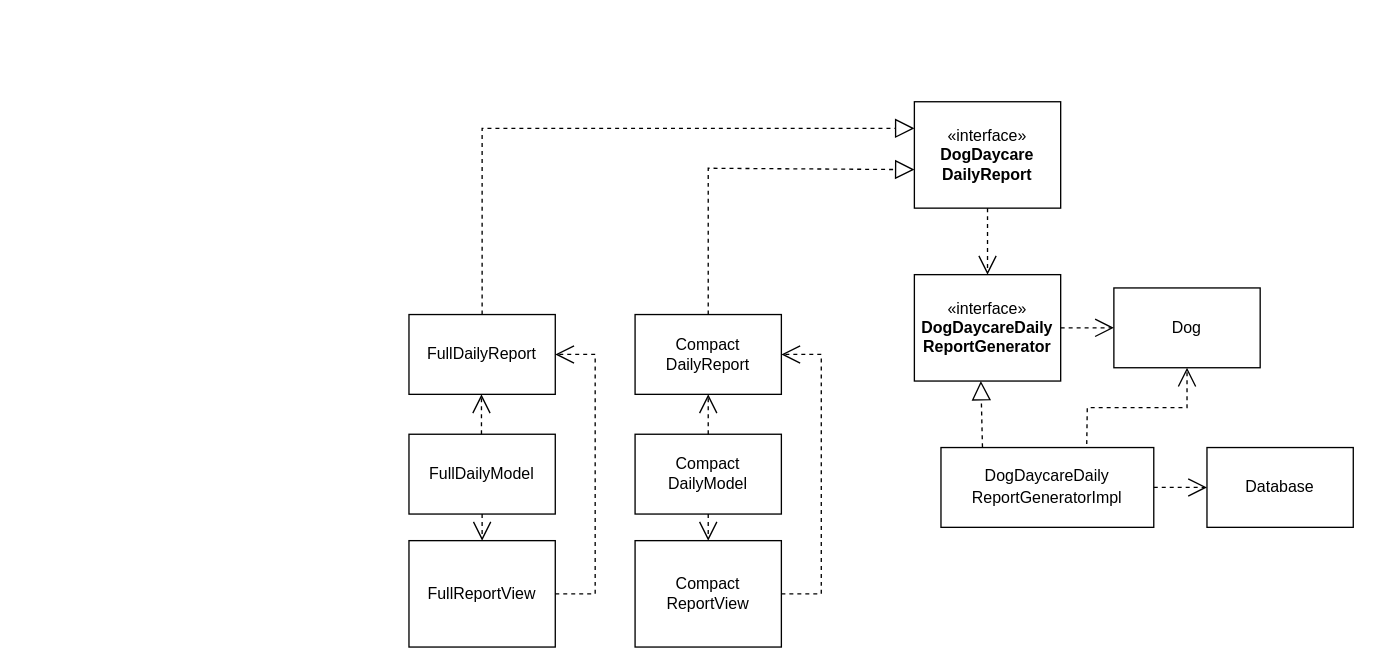
Above: page "OCP" (3 of 9) of docs/SOLID_principles_examples.drawio in ievakrumina/solid-playground (draw.io), before the change. Source tidied: cells renumbered, new cells numbered last; positions are measured from the earlier drawing's top-left corner, leaving out a move shared by most shapes. Both pictures are drawn from the tidied source at 133%, with x=0, y=0 at pixel (408, 101).
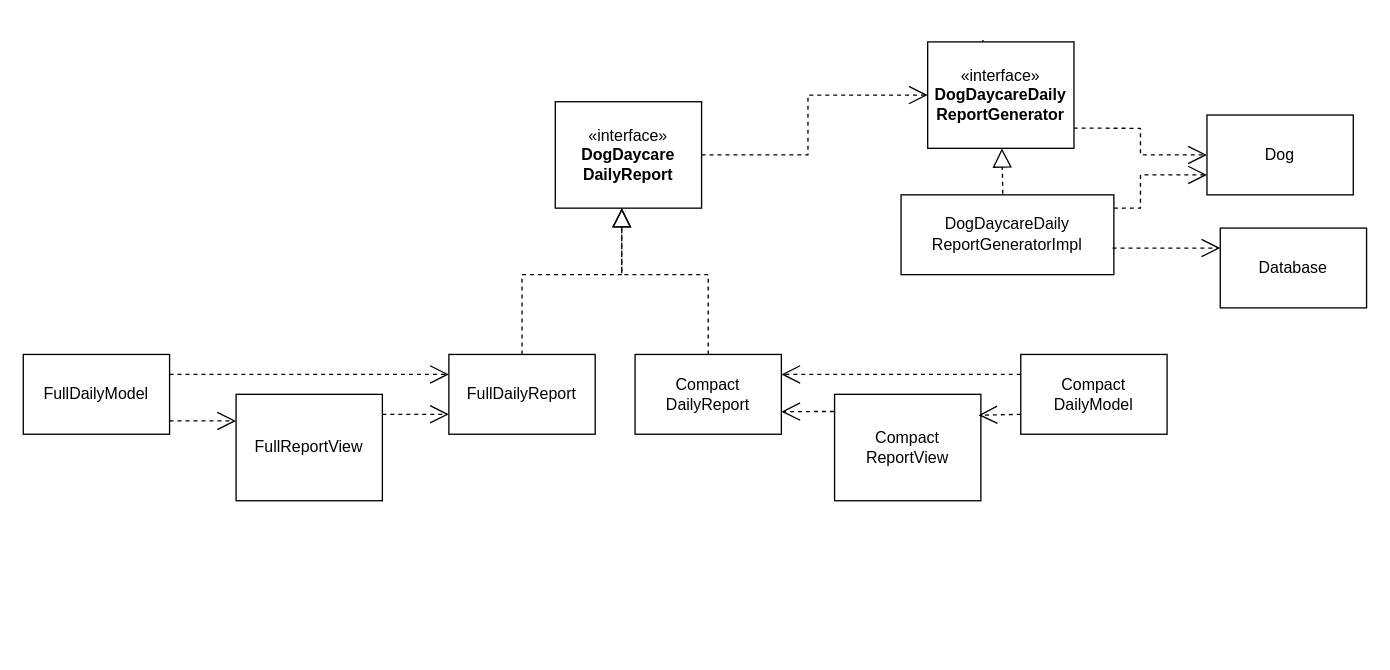
The same diagram, later.

What changed in the source:
```diff
@@
     <mxCell id="2" value="Dog" style="html=1;whiteSpace=wrap;" parent="1" vertex="1">
-      <mxGeometry x="530" y="140" width="110" height="60" as="geometry" />
+      <mxGeometry x="600" y="10" width="110" height="60" as="geometry" />
     </mxCell>
-    <mxCell id="3" value="«interface»&lt;br&gt;&lt;b&gt;DogDaycareDaily&lt;/b&gt;&lt;div&gt;&lt;b&gt;ReportGenerator&lt;/b&gt;&lt;br&gt;&lt;/div&gt;" style="html=1;whiteSpace=wrap;" parent="1" vertex="1">
-      <mxGeometry x="380" y="130" width="110" height="80" as="geometry" />
-    </mxCell>
     <mxCell id="4" value="FullDailyReport" style="html=1;whiteSpace=wrap;" parent="1" vertex="1">
-      <mxGeometry y="160" width="110" height="60" as="geometry" />
+      <mxGeometry x="30" y="190" width="110" height="60" as="geometry" />
     </mxCell>
     <mxCell id="5" value="FullDailyModel" style="html=1;whiteSpace=wrap;" parent="1" vertex="1">
-      <mxGeometry y="250" width="110" height="60" as="geometry" />
+      <mxGeometry x="-290" y="190" width="110" height="60" as="geometry" />
     </mxCell>
     <mxCell id="6" value="&lt;div&gt;FullReportView&lt;/div&gt;" style="html=1;whiteSpace=wrap;" parent="1" vertex="1">
-      <mxGeometry y="330" width="110" height="80" as="geometry" />
+      <mxGeometry x="-130" y="220" width="110" height="80" as="geometry" />
     </mxCell>
     <mxCell id="7" value="«interface»&lt;br&gt;&lt;b&gt;DogDaycare&lt;/b&gt;&lt;div&gt;&lt;b&gt;DailyReport&lt;/b&gt;&lt;/div&gt;" style="html=1;whiteSpace=wrap;" parent="1" vertex="1">
-      <mxGeometry x="380" width="110" height="80" as="geometry" />
+      <mxGeometry x="110" width="110" height="80" as="geometry" />
     </mxCell>
     <mxCell id="8" value="Database" style="html=1;whiteSpace=wrap;" parent="1" vertex="1">
-      <mxGeometry x="600" y="260" width="110" height="60" as="geometry" />
+      <mxGeometry x="610" y="95" width="110" height="60" as="geometry" />
     </mxCell>
     <mxCell id="9" value="&lt;pre class=&quot;graf graf--pre&quot;&gt;&lt;p style=&quot;&quot;&gt;&lt;font face=&quot;Helvetica&quot;&gt;DogDaycareDaily&lt;br&gt;&lt;/font&gt;&lt;font face=&quot;Helvetica&quot;&gt;ReportGeneratorImpl&lt;/font&gt;&lt;/p&gt;&lt;/pre&gt;" style="html=1;whiteSpace=wrap;align=center;" parent="1" vertex="1">
-      <mxGeometry x="400" y="260" width="160" height="60" as="geometry" />
+      <mxGeometry x="370" y="70" width="160" height="60" as="geometry" />
     </mxCell>
     <mxCell id="10" value="Compact&lt;br&gt;DailyReport" style="html=1;whiteSpace=wrap;" parent="1" vertex="1">
-      <mxGeometry x="170" y="160" width="110" height="60" as="geometry" />
+      <mxGeometry x="170" y="190" width="110" height="60" as="geometry" />
     </mxCell>
     <mxCell id="11" value="Compact&lt;br&gt;DailyModel" style="html=1;whiteSpace=wrap;" parent="1" vertex="1">
-      <mxGeometry x="170" y="250" width="110" height="60" as="geometry" />
+      <mxGeometry x="460" y="190" width="110" height="60" as="geometry" />
     </mxCell>
     <mxCell id="12" value="&lt;div&gt;Compact&lt;br&gt;ReportView&lt;/div&gt;" style="html=1;whiteSpace=wrap;" parent="1" vertex="1">
-      <mxGeometry x="170" y="330" width="110" height="80" as="geometry" />
+      <mxGeometry x="320" y="220" width="110" height="80" as="geometry" />
     </mxCell>
-    <mxCell id="13" style="endArrow=block;dashed=1;endFill=0;endSize=12;html=1;rounded=0;exitX=0.5;exitY=0;exitDx=0;exitDy=0;entryX=0;entryY=0.25;entryDx=0;entryDy=0;" parent="1" edge="1" source="4" target="7">
+    <mxCell id="13" style="endArrow=block;dashed=1;endFill=0;endSize=12;html=1;rounded=0;exitX=0.5;exitY=0;exitDx=0;exitDy=0;" parent="1" edge="1" source="4">
       <mxGeometry relative="1" as="geometry">
+        <mxPoint x="160" y="80" as="targetPoint" />
         <Array as="points">
-          <mxPoint x="55" y="20" />
-          <mxPoint x="150" y="20" />
+          <mxPoint x="85" y="130" />
+          <mxPoint x="110" y="130" />
+          <mxPoint x="160" y="130" />
         </Array>
       </mxGeometry>
     </mxCell>
-    <mxCell id="14" style="endArrow=block;dashed=1;endFill=0;endSize=12;html=1;rounded=0;exitX=0.5;exitY=0;exitDx=0;exitDy=0;entryX=0;entryY=0.638;entryDx=0;entryDy=0;entryPerimeter=0;" parent="1" edge="1" source="10" target="7">
+    <mxCell id="14" style="endArrow=block;dashed=1;endFill=0;endSize=12;html=1;rounded=0;exitX=0.5;exitY=0;exitDx=0;exitDy=0;" parent="1" edge="1" source="10">
       <mxGeometry relative="1" as="geometry">
+        <mxPoint x="160" y="80" as="targetPoint" />
         <Array as="points">
-          <mxPoint x="225" y="90" />
-          <mxPoint x="225" y="50" />
+          <mxPoint x="225" y="130" />
+          <mxPoint x="160" y="130" />
         </Array>
       </mxGeometry>
     </mxCell>
-    <mxCell id="15" style="endArrow=open;endSize=12;dashed=1;html=1;rounded=0;exitX=1;exitY=0.5;exitDx=0;exitDy=0;entryX=1;entryY=0.5;entryDx=0;entryDy=0;" parent="1" edge="1" source="6" target="4">
+    <mxCell id="15" style="endArrow=open;endSize=12;dashed=1;html=1;rounded=0;entryX=0;entryY=0.75;entryDx=0;entryDy=0;exitX=1;exitY=0.188;exitDx=0;exitDy=0;exitPerimeter=0;" parent="1" edge="1" source="6" target="4">
       <mxGeometry relative="1" as="geometry">
         <Array as="points">
-          <mxPoint x="140" y="370" />
-          <mxPoint x="140" y="190" />
+          <mxPoint y="235" />
         </Array>
       </mxGeometry>
     </mxCell>
-    <mxCell id="16" style="endArrow=open;endSize=12;dashed=1;html=1;rounded=0;exitX=1;exitY=0.5;exitDx=0;exitDy=0;entryX=1;entryY=0.5;entryDx=0;entryDy=0;" parent="1" edge="1" source="12" target="10">
+    <mxCell id="16" style="endArrow=open;endSize=12;dashed=1;html=1;rounded=0;exitX=-0.005;exitY=0.161;exitDx=0;exitDy=0;exitPerimeter=0;" parent="1" edge="1" source="12">
       <mxGeometry relative="1" as="geometry">
-        <Array as="points">
-          <mxPoint x="310" y="370" />
-          <mxPoint x="310" y="190" />
-        </Array>
+        <mxPoint x="280" y="233" as="targetPoint" />
       </mxGeometry>
     </mxCell>
-    <mxCell id="17" style="endArrow=open;endSize=12;dashed=1;html=1;rounded=0;exitX=0.5;exitY=0;exitDx=0;exitDy=0;entryX=0.5;entryY=1;entryDx=0;entryDy=0;" parent="1" edge="1" source="11" target="10">
+    <mxCell id="17" style="endArrow=open;endSize=12;dashed=1;html=1;rounded=0;exitX=0;exitY=0.25;exitDx=0;exitDy=0;entryX=1;entryY=0.25;entryDx=0;entryDy=0;" parent="1" edge="1" source="11" target="10">
       <mxGeometry relative="1" as="geometry" />
     </mxCell>
-    <mxCell id="18" style="endArrow=open;endSize=12;dashed=1;html=1;rounded=0;exitX=0.5;exitY=1;exitDx=0;exitDy=0;entryX=0.5;entryY=0;entryDx=0;entryDy=0;" parent="1" edge="1" source="11" target="12">
+    <mxCell id="18" style="endArrow=open;endSize=12;dashed=1;html=1;rounded=0;exitX=0;exitY=0.75;exitDx=0;exitDy=0;entryX=0.984;entryY=0.196;entryDx=0;entryDy=0;entryPerimeter=0;" parent="1" edge="1" source="11" target="12">
       <mxGeometry relative="1" as="geometry" />
     </mxCell>
-    <mxCell id="19" style="endArrow=open;endSize=12;dashed=1;html=1;rounded=0;exitX=0.5;exitY=0;exitDx=0;exitDy=0;entryX=0.5;entryY=1;entryDx=0;entryDy=0;" parent="1" edge="1">
+    <mxCell id="19" style="endArrow=open;endSize=12;dashed=1;html=1;rounded=0;exitX=1;exitY=0.25;exitDx=0;exitDy=0;entryX=0;entryY=0.25;entryDx=0;entryDy=0;" parent="1" edge="1" source="5" target="4">
       <mxGeometry relative="1" as="geometry">
-        <mxPoint x="54.5" y="250" as="sourcePoint" />
-        <mxPoint x="54.5" y="220" as="targetPoint" />
+        <Array as="points">
+          <mxPoint x="-90" y="205" />
+        </Array>
       </mxGeometry>
     </mxCell>
-    <mxCell id="20" style="endArrow=open;endSize=12;dashed=1;html=1;rounded=0;exitX=0.5;exitY=1;exitDx=0;exitDy=0;entryX=0.5;entryY=0;entryDx=0;entryDy=0;" parent="1" edge="1" source="5" target="6">
-      <mxGeometry relative="1" as="geometry" />
-    </mxCell>
-    <mxCell id="21" style="endArrow=open;endSize=12;dashed=1;html=1;rounded=0;exitX=0.5;exitY=1;exitDx=0;exitDy=0;entryX=0.5;entryY=0;entryDx=0;entryDy=0;" parent="1" edge="1" source="7" target="3">
-      <mxGeometry relative="1" as="geometry" />
+    <mxCell id="21" style="endArrow=open;endSize=12;dashed=1;html=1;rounded=0;exitX=1;exitY=0.5;exitDx=0;exitDy=0;entryX=0;entryY=0.5;entryDx=0;entryDy=0;" parent="1" edge="1" source="7" target="3">
+      <mxGeometry relative="1" as="geometry">
+        <Array as="points">
+          <mxPoint x="300" y="40" />
+          <mxPoint x="300" y="-5" />
+        </Array>
+      </mxGeometry>
     </mxCell>
-    <mxCell id="22" style="endArrow=open;endSize=12;dashed=1;html=1;rounded=0;exitX=1;exitY=0.5;exitDx=0;exitDy=0;entryX=0;entryY=0.5;entryDx=0;entryDy=0;" parent="1" edge="1" source="3" target="2">
-      <mxGeometry relative="1" as="geometry" />
+    <mxCell id="22" style="endArrow=open;endSize=12;dashed=1;html=1;rounded=0;exitX=0.998;exitY=0.81;exitDx=0;exitDy=0;entryX=0;entryY=0.5;entryDx=0;entryDy=0;exitPerimeter=0;" parent="1" edge="1" source="3" target="2">
+      <mxGeometry relative="1" as="geometry">
+        <Array as="points">
+          <mxPoint x="550" y="20" />
+          <mxPoint x="550" y="40" />
+        </Array>
+      </mxGeometry>
     </mxCell>
-    <mxCell id="23" style="endArrow=open;endSize=12;dashed=1;html=1;rounded=0;exitX=0.685;exitY=-0.043;exitDx=0;exitDy=0;entryX=0.5;entryY=1;entryDx=0;entryDy=0;exitPerimeter=0;" parent="1" edge="1" source="9" target="2">
+    <mxCell id="23" style="endArrow=open;endSize=12;dashed=1;html=1;rounded=0;entryX=0;entryY=0.75;entryDx=0;entryDy=0;" parent="1" edge="1" target="2">
       <mxGeometry relative="1" as="geometry">
+        <mxPoint x="530" y="80" as="sourcePoint" />
         <Array as="points">
-          <mxPoint x="510" y="230" />
-          <mxPoint x="585" y="230" />
+          <mxPoint x="550" y="80" />
+          <mxPoint x="550" y="55" />
         </Array>
       </mxGeometry>
     </mxCell>
-    <mxCell id="24" style="endArrow=block;dashed=1;endFill=0;endSize=12;html=1;rounded=0;exitX=0.195;exitY=-0.003;exitDx=0;exitDy=0;exitPerimeter=0;" parent="1" edge="1" source="9">
+    <mxCell id="24" style="endArrow=block;dashed=1;endFill=0;endSize=12;html=1;rounded=0;exitX=0.378;exitY=-0.017;exitDx=0;exitDy=0;exitPerimeter=0;" parent="1" edge="1" source="3">
       <mxGeometry relative="1" as="geometry">
-        <mxPoint x="430" y="210" as="targetPoint" />
+        <mxPoint x="430" y="6" as="targetPoint" />
       </mxGeometry>
     </mxCell>
-    <mxCell id="25" style="endArrow=open;endSize=12;dashed=1;html=1;rounded=0;exitX=1;exitY=0.5;exitDx=0;exitDy=0;entryX=0;entryY=0.5;entryDx=0;entryDy=0;" parent="1" edge="1" source="9" target="8">
-      <mxGeometry relative="1" as="geometry" />
+    <mxCell id="25" style="endArrow=open;endSize=12;dashed=1;html=1;rounded=0;entryX=0;entryY=0.25;entryDx=0;entryDy=0;" parent="1" edge="1" target="8">
+      <mxGeometry relative="1" as="geometry">
+        <mxPoint x="529" y="110" as="sourcePoint" />
+        <Array as="points">
+          <mxPoint x="560" y="110" />
+        </Array>
+      </mxGeometry>
     </mxCell>
+    <mxCell id="20" style="endArrow=open;endSize=12;dashed=1;html=1;rounded=0;entryX=0;entryY=0.25;entryDx=0;entryDy=0;exitX=1;exitY=0.833;exitDx=0;exitDy=0;exitPerimeter=0;" parent="1" edge="1" source="5" target="6">
+      <mxGeometry relative="1" as="geometry" />
+    </mxCell>
+    <mxCell id="26" style="endArrow=block;dashed=1;endFill=0;endSize=12;html=1;rounded=0;exitX=0.478;exitY=-0.015;exitDx=0;exitDy=0;exitPerimeter=0;" parent="1" edge="1" source="9" target="3">
+      <mxGeometry relative="1" as="geometry" />
+    </mxCell>
+    <mxCell id="3" value="«interface»&lt;br&gt;&lt;b&gt;DogDaycareDaily&lt;/b&gt;&lt;div&gt;&lt;b&gt;ReportGenerator&lt;/b&gt;&lt;br&gt;&lt;/div&gt;" style="html=1;whiteSpace=wrap;" parent="1" vertex="1">
+      <mxGeometry x="390" y="-45" width="110" height="80" as="geometry" />
+    </mxCell>
```
